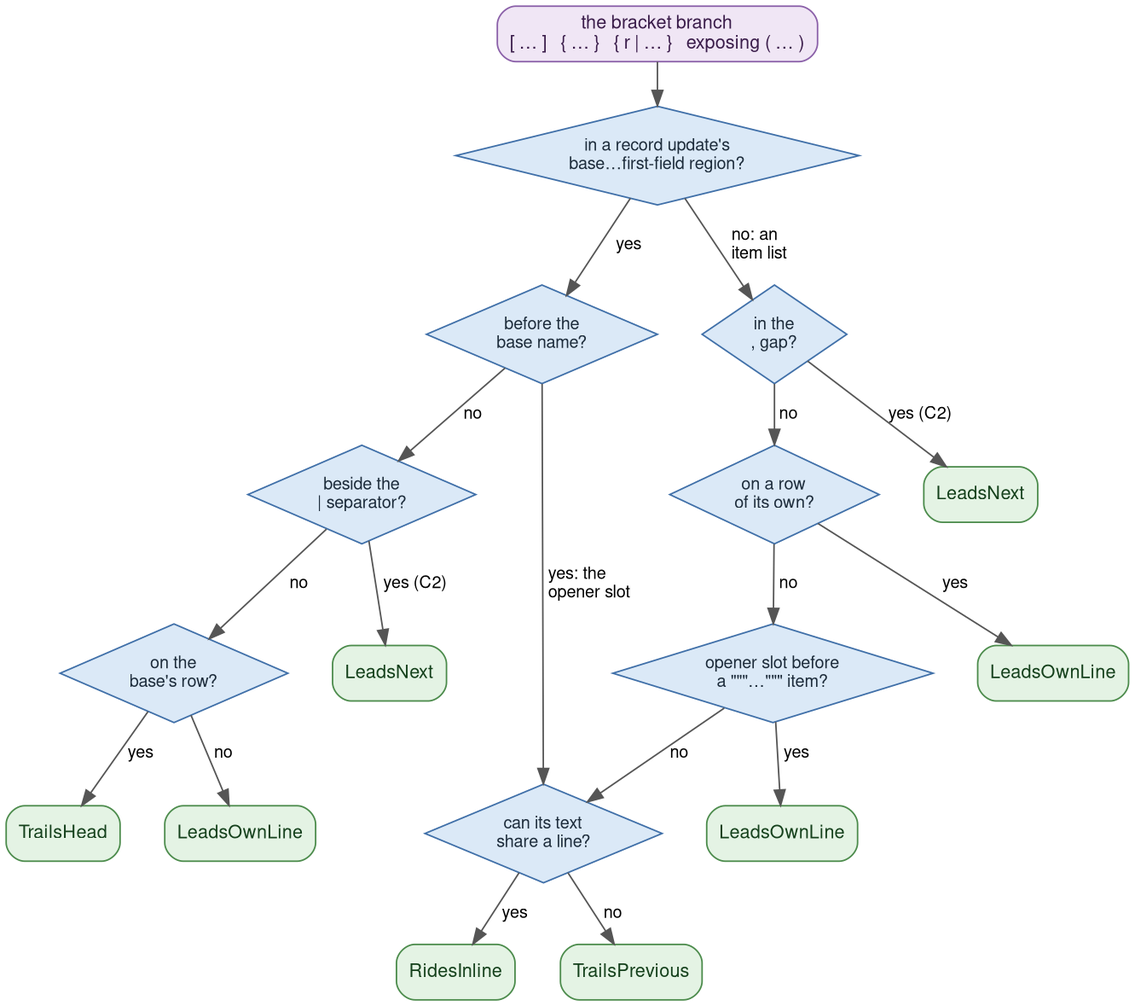
Earlier version of the Graphviz export docs/diagrams/comment-classify-bracket.png (gilramir/gren-format-lib). Its source is kept beside it as docs/diagrams/comment-classify-bracket.dot. Source of this version:
```dot
digraph ClassifyBracket {
    rankdir=TB;
    bgcolor="white";
    dpi=130;
    fontname="Helvetica,Arial,sans-serif";
    ranksep=0.38;
    nodesep=0.40;

    node [fontname="Helvetica,Arial,sans-serif", fontsize=12];
    edge [fontname="Helvetica,Arial,sans-serif", fontsize=11, color="#555555"];

    node [shape=box, style="rounded,filled", fillcolor="#f0e6f5", color="#8a5fa8", fontcolor="#3a1c4a"];
    entry [label="the bracket branch\n[ … ]   { … }   { r | … }   exposing ( … )"];

    node [shape=diamond, style="filled", fillcolor="#dbe9f7", color="#3f6fa8", fontcolor="#1c2b3a", fontsize=11];
    dUpdate [label="in a record update's\nbase…first-field region?"];

    uBase [label="before the\nbase name?"];
    uSep  [label="beside the\n| separator?"];
    uRow  [label="on the\nbase's row?"];

    lSep [label="in the\n, gap?"];
    lOwn [label="on a row\nof its own?"];
    lStr [label="opener slot before\na \"\"\"…\"\"\" item?"];

    kKind [label="can its text\nshare a line?"];

    node [shape=box, style="rounded,filled", fillcolor="#e4f3e4", color="#4b8b4b", fontcolor="#14401b", fontsize=12];
    r1 [label="LeadsNext"];
    r2 [label="TrailsHead"];
    r3 [label="LeadsOwnLine"];
    r4 [label="LeadsNext"];
    r5 [label="LeadsOwnLine"];
    r6 [label="LeadsOwnLine"];
    r7 [label="RidesInline"];
    r8 [label="TrailsPrevious"];

    entry -> dUpdate;

    dUpdate -> uBase [label=" yes "];
    dUpdate -> lSep  [label=" no: an\l item list\l"];

    uBase -> kKind [label=" yes: the\l opener slot\l"];
    uBase -> uSep  [label=" no "];
    uSep  -> r1    [label=" yes (C2) "];
    uSep  -> uRow  [label=" no "];
    uRow  -> r2    [label=" yes "];
    uRow  -> r3    [label=" no "];

    lSep -> r4   [label=" yes (C2) "];
    lSep -> lOwn [label=" no "];
    lOwn -> r5   [label=" yes "];
    lOwn -> lStr [label=" no "];
    lStr -> r6   [label=" yes "];
    lStr -> kKind [label=" no "];

    kKind -> r7 [label=" yes "];
    kKind -> r8 [label=" no "];
}
```
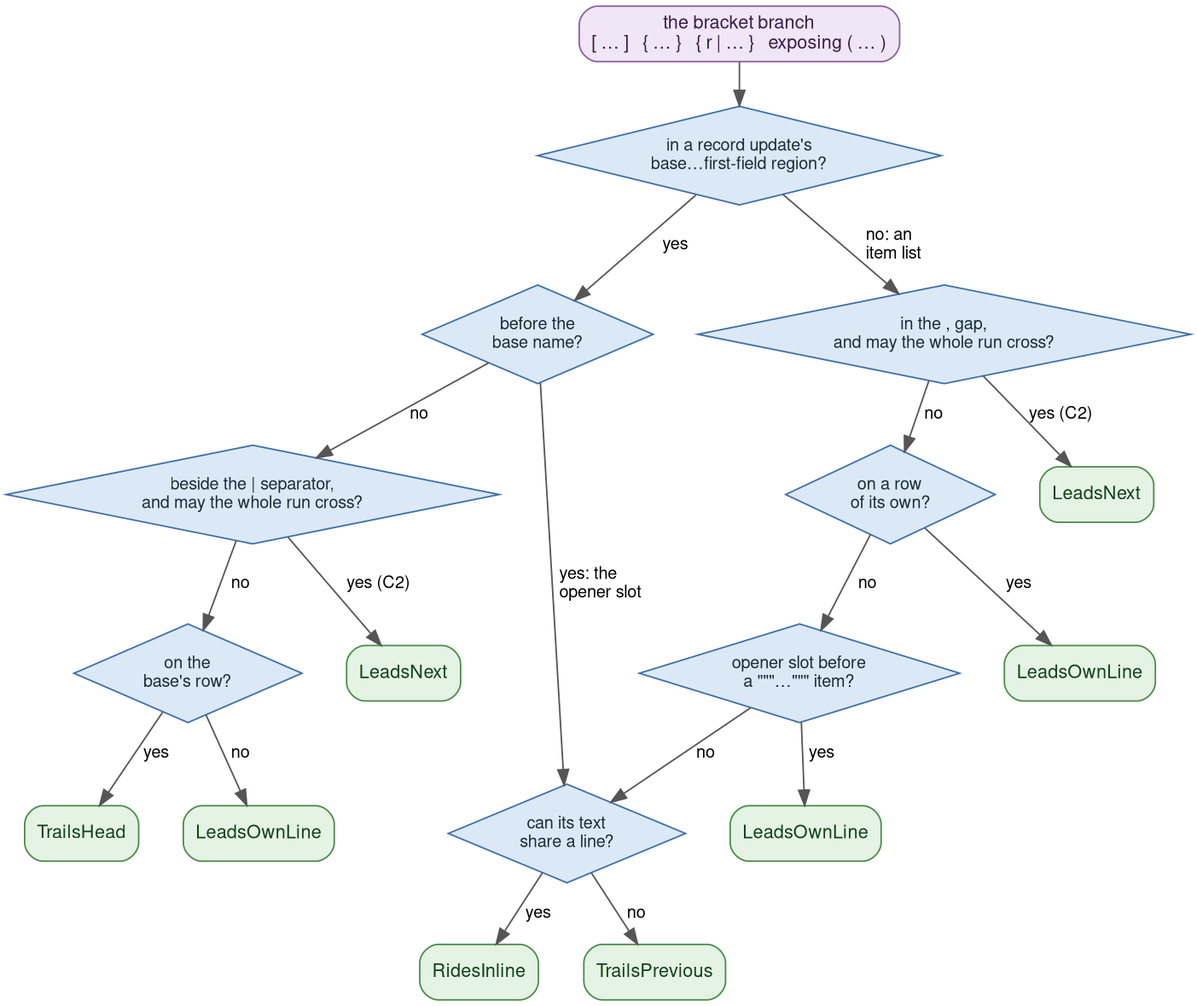
Above is the later version.

Commit message:
The comment algorithm doc: its state machines, and why a run of any size is covered

What changed in the source:
```diff
@@ -16,10 +16,10 @@
     dUpdate [label="in a record update's\nbase…first-field region?"];
 
     uBase [label="before the\nbase name?"];
-    uSep  [label="beside the\n| separator?"];
+    uSep  [label="beside the | separator,\nand may the whole run cross?"];
     uRow  [label="on the\nbase's row?"];
 
-    lSep [label="in the\n, gap?"];
+    lSep [label="in the , gap,\nand may the whole run cross?"];
     lOwn [label="on a row\nof its own?"];
     lStr [label="opener slot before\na \"\"\"…\"\"\" item?"];
 
```
